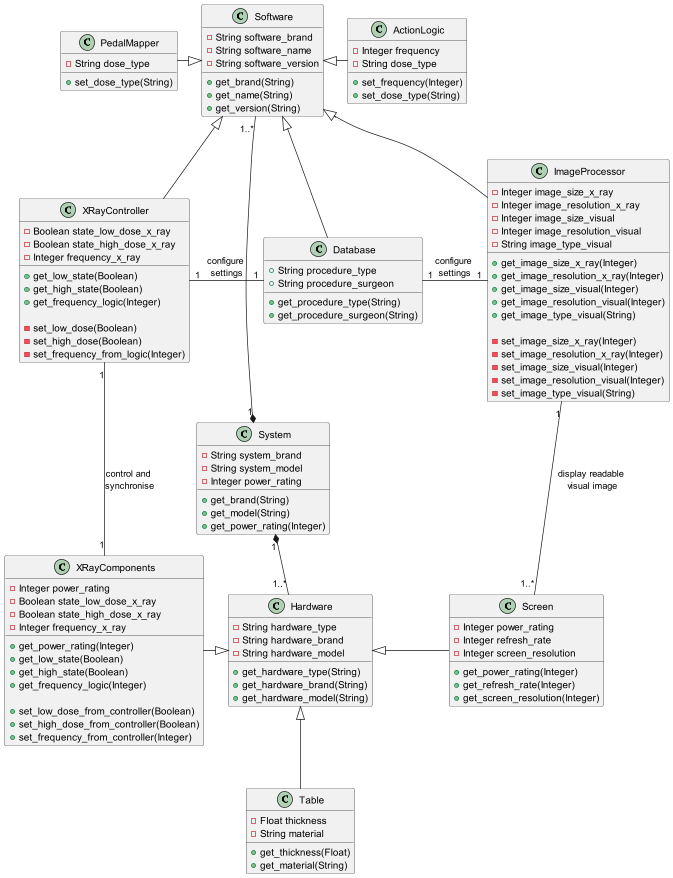
The PlantUML diagram 4-uml/class-high-level.png in bartwc/SoftwareSystems, before a commit.
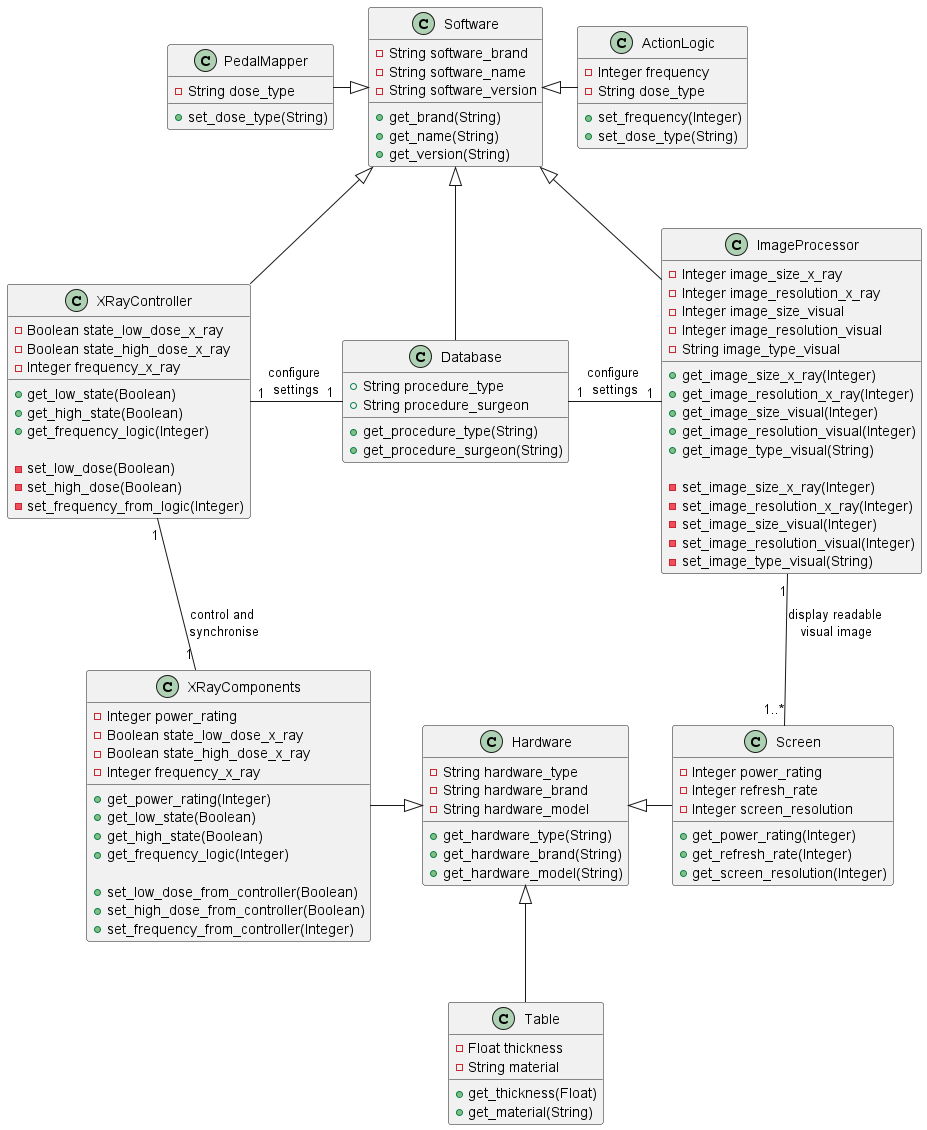
After the change.

Commit message:
Edits after Consultation with TA in SS Tuesday Class.

What changed in the source:
```diff
@@ -1,12 +1,4 @@
 @startuml class-high-level
-class System {
-    -String system_brand
-    -String system_model
-    -Integer power_rating
-    +get_brand(String)
-    +get_model(String)
-    +get_power_rating(Integer)
-}
 
 class Software {
     -String software_brand
@@ -111,8 +103,6 @@
     +get_screen_resolution(Integer)
 }
 
-System "1" *-up- "1..*" Software
-System "1" *-right- "1..*" Hardware
 Software <|-down- Database
 Software <|-left- PedalMapper
 Software <|-right- ActionLogic
```
